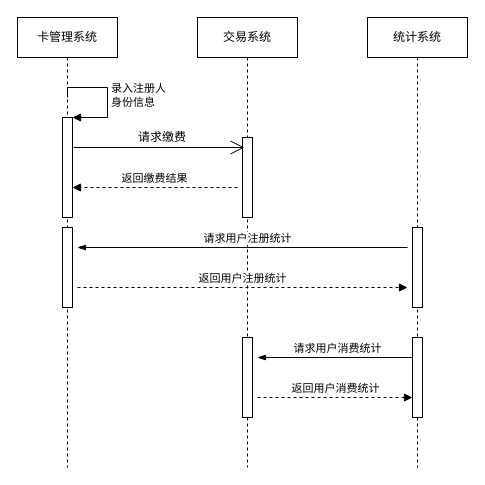
Above: time.geekbang/卡注册场景时序图.drawio in chenlongqiang/draw.io (draw.io), before the change. Source tidied: cells renumbered, new cells numbered last; positions are measured from the earlier drawing's top-left corner, leaving out a move shared by most shapes. Both pictures are drawn from the tidied source at 100%, with x=0, y=0 at pixel (17, 17).
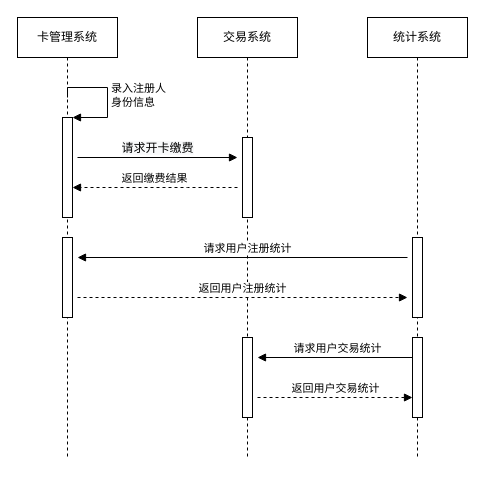
After the change.

Commit message:
更新卡注册场景时序图.drawio

Unchanged cells that the change refers to:
```xml
<mxCell id="10" style="html=1;points=[];perimeter=orthogonalPerimeter;" parent="9" vertex="1">
  <mxGeometry x="45" y="120" width="10" height="80" as="geometry" />
</mxCell>
```

The edit, as a diff of the source:
```diff
@@
     <mxCell id="2" value="&lt;span&gt;卡管理系统&lt;/span&gt;" style="shape=umlLifeline;perimeter=lifelinePerimeter;whiteSpace=wrap;html=1;" parent="1" vertex="1">
-      <mxGeometry width="100" height="450" as="geometry" />
+      <mxGeometry width="100" height="440" as="geometry" />
     </mxCell>
@@
     <mxCell id="5" style="html=1;perimeter=orthogonalPerimeter;" parent="2" vertex="1">
-      <mxGeometry x="45" y="210" width="10" height="80" as="geometry" />
+      <mxGeometry x="45" y="220" width="10" height="80" as="geometry" />
     </mxCell>
     <mxCell id="6" value="&lt;span&gt;统计系统&lt;br&gt;&lt;/span&gt;" style="shape=umlLifeline;perimeter=lifelinePerimeter;whiteSpace=wrap;html=1;" parent="1" vertex="1">
-      <mxGeometry x="350" width="100" height="450" as="geometry" />
+      <mxGeometry x="350" width="100" height="440" as="geometry" />
     </mxCell>
     <mxCell id="7" style="html=1;perimeter=orthogonalPerimeter;" parent="6" vertex="1">
-      <mxGeometry x="45" y="210" width="10" height="80" as="geometry" />
+      <mxGeometry x="45" y="220" width="10" height="80" as="geometry" />
     </mxCell>
@@
     <mxCell id="9" value="&lt;span&gt;交易系统&lt;br&gt;&lt;/span&gt;" style="shape=umlLifeline;perimeter=lifelinePerimeter;whiteSpace=wrap;html=1;" parent="1" vertex="1">
-      <mxGeometry x="180" width="100" height="450" as="geometry" />
+      <mxGeometry x="180" width="100" height="440" as="geometry" />
     </mxCell>
@@
     <mxCell id="11" value="返回用户注册统计" style="html=1;verticalAlign=bottom;endArrow=block;dashed=1;" parent="9" edge="1">
       <mxGeometry relative="1" as="geometry">
-        <mxPoint x="-120" y="270" as="sourcePoint" />
-        <mxPoint x="210" y="270" as="targetPoint" />
+        <mxPoint x="-120" y="280" as="sourcePoint" />
+        <mxPoint x="210" y="280" as="targetPoint" />
       </mxGeometry>
     </mxCell>
@@
-    <mxCell id="13" style="endArrow=open;endFill=1;endSize=12;html=1;entryX=0.2;entryY=0.125;entryDx=0;entryDy=0;entryPerimeter=0;" parent="1" edge="1" target="10">
-      <mxGeometry relative="1" as="geometry">
-        <mxPoint x="56" y="130" as="sourcePoint" />
-      </mxGeometry>
-    </mxCell>
-    <mxCell id="14" value="请求缴费" style="text;html=1;strokeColor=none;fillColor=none;align=center;verticalAlign=middle;whiteSpace=wrap;rounded=0;" parent="1" vertex="1">
-      <mxGeometry x="120" y="110" width="50" height="20" as="geometry" />
-    </mxCell>
@@
-    <mxCell id="16" value="请求用户注册统计" style="html=1;verticalAlign=bottom;endArrow=none;startArrow=blockThin;startFill=1;endFill=0;" parent="1" edge="1">
+    <mxCell id="16" value="请求用户注册统计" style="html=1;verticalAlign=bottom;endArrow=none;startArrow=block;startFill=1;endFill=0;" parent="1" edge="1">
       <mxGeometry x="0.03" relative="1" as="geometry">
-        <mxPoint x="60" y="230" as="sourcePoint" />
-        <mxPoint x="390" y="230" as="targetPoint" />
+        <mxPoint x="60" y="240" as="sourcePoint" />
+        <mxPoint x="390" y="240" as="targetPoint" />
       </mxGeometry>
     </mxCell>
-    <mxCell id="17" value="请求用户消费统计" style="html=1;verticalAlign=bottom;endArrow=none;startArrow=blockThin;startFill=1;endFill=0;" parent="1" edge="1">
+    <mxCell id="17" value="请求用户交易统计" style="html=1;verticalAlign=bottom;endArrow=none;startArrow=block;startFill=1;endFill=0;" parent="1" edge="1">
       <mxGeometry x="0.03" relative="1" as="geometry">
         <mxPoint x="240" y="340" as="sourcePoint" />
         <mxPoint x="395" y="340" as="targetPoint" />
       </mxGeometry>
     </mxCell>
-    <mxCell id="18" value="返回用户消费统计" style="html=1;verticalAlign=bottom;endArrow=block;dashed=1;" parent="1" edge="1">
+    <mxCell id="18" value="返回用户交易统计" style="html=1;verticalAlign=bottom;endArrow=block;dashed=1;" parent="1" edge="1">
       <mxGeometry relative="1" as="geometry">
         <mxPoint x="240" y="380" as="sourcePoint" />
         <mxPoint x="395" y="380" as="targetPoint" />
       </mxGeometry>
     </mxCell>
+    <mxCell id="19" value="&lt;span style=&quot;font-family: &amp;#34;helvetica&amp;#34; ; font-size: 12px ; background-color: rgb(248 , 249 , 250)&quot;&gt;请求开卡缴费&lt;/span&gt;" style="html=1;verticalAlign=bottom;endArrow=block;" parent="1" edge="1">
+      <mxGeometry relative="1" as="geometry">
+        <mxPoint x="60" y="140" as="sourcePoint" />
+        <mxPoint x="220" y="140" as="targetPoint" />
+      </mxGeometry>
+    </mxCell>
```
